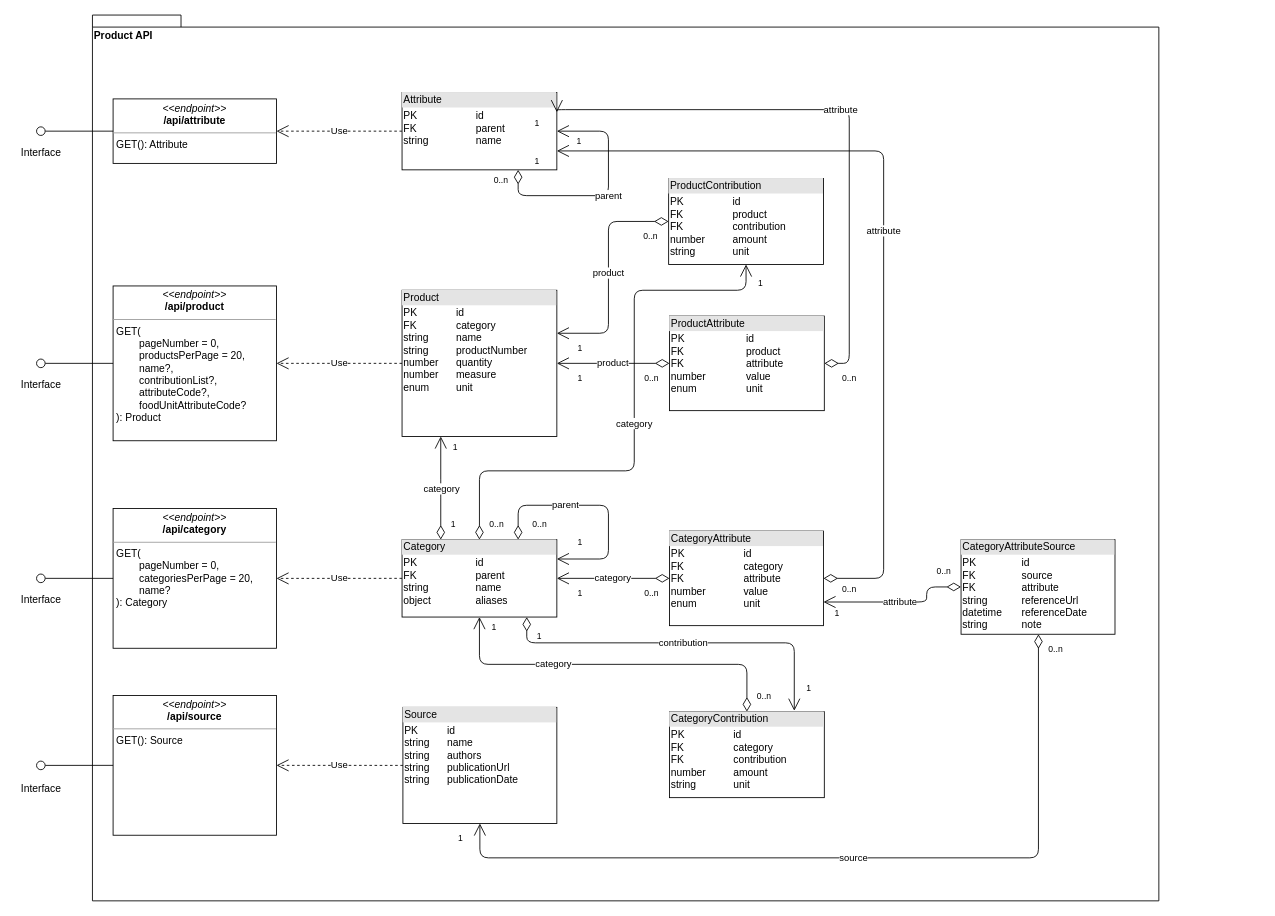
Earlier version of the draw.io diagram doc/bk_product_api_data_model.drawio (torava/pim-api). Source tidied: cells renumbered, new cells numbered last; positions are measured from the earlier drawing's top-left corner, leaving out a move shared by most shapes. Both pictures are drawn from the tidied source at 86%, with x=0, y=0 at pixel (15, 15).
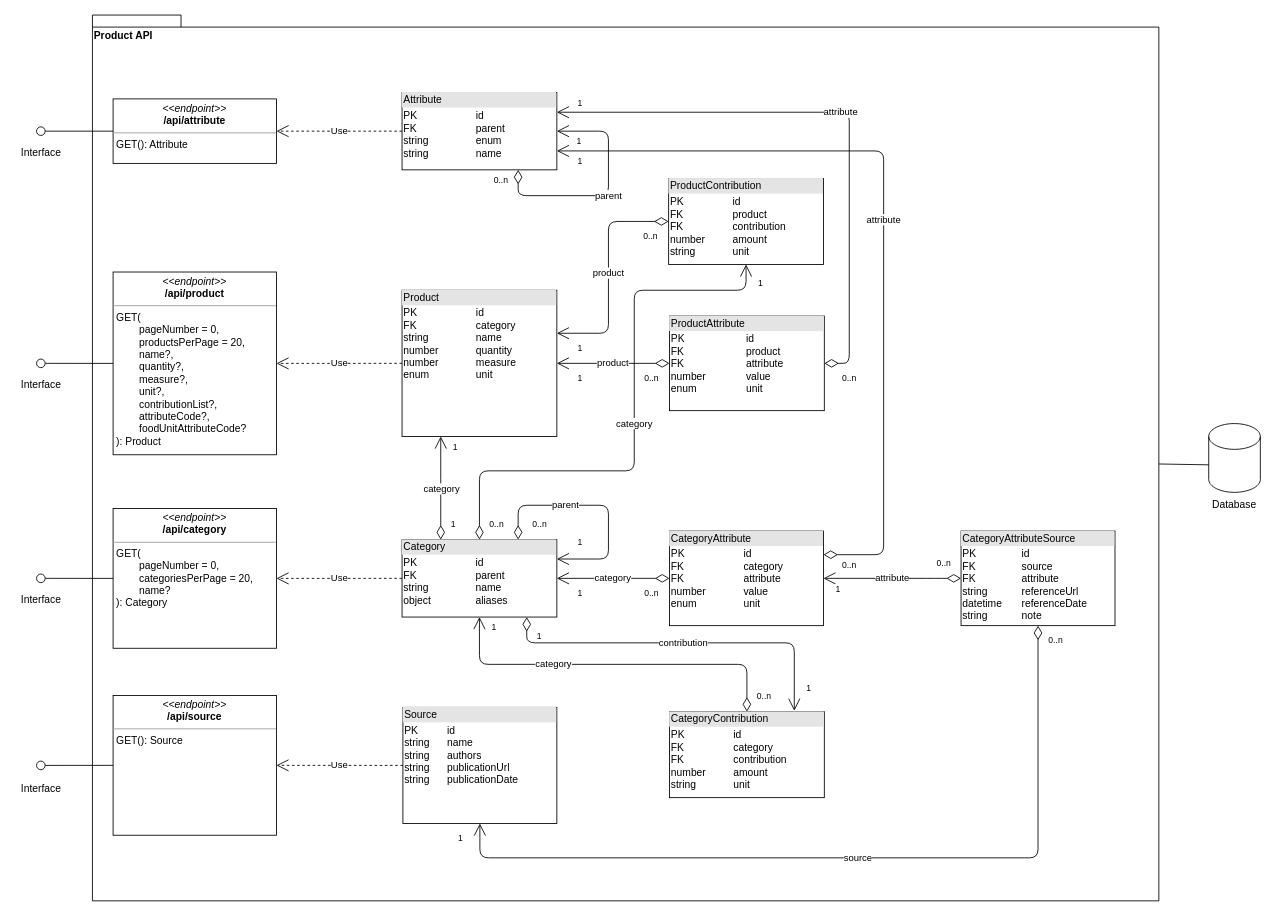
Above is the later version.

The change refers to these unchanged cells:
```xml
<mxCell id="2" value="Product API" style="shape=folder;fontStyle=1;spacingTop=10;tabWidth=40;tabHeight=14;tabPosition=left;html=1;align=left;verticalAlign=top;" parent="1" vertex="1">
  <mxGeometry x="90" width="1240" height="1030" as="geometry" />
</mxCell>
<mxCell id="4" value="&lt;div style=&quot;box-sizing: border-box ; width: 100% ; background: #e4e4e4 ; padding: 2px&quot;&gt;ProductAttribute&lt;/div&gt;&lt;table style=&quot;width: 100% ; font-size: 1em&quot; cellpadding=&quot;2&quot; cellspacing=&quot;0&quot;&gt;&lt;tbody&gt;&lt;tr&gt;&lt;td&gt;PK&lt;br&gt;FK&lt;br&gt;FK&lt;br&gt;number&lt;br&gt;enum&lt;/td&gt;&lt;td&gt;id&lt;br&gt;product&lt;br&gt;attribute&lt;br&gt;value&lt;br&gt;unit&lt;/td&gt;&lt;/tr&gt;&lt;/tbody&gt;&lt;/table&gt;" style="verticalAlign=top;align=left;overflow=fill;html=1;" parent="1" vertex="1">
  <mxGeometry x="761" y="350" width="180" height="110" as="geometry" />
</mxCell>
<mxCell id="19" value="&lt;div style=&quot;box-sizing: border-box ; width: 100% ; background: #e4e4e4 ; padding: 2px&quot;&gt;CategoryAttribute&lt;/div&gt;&lt;table style=&quot;width: 100% ; font-size: 1em&quot; cellpadding=&quot;2&quot; cellspacing=&quot;0&quot;&gt;&lt;tbody&gt;&lt;tr&gt;&lt;td&gt;PK&lt;br&gt;FK&lt;br&gt;FK&lt;br&gt;number&lt;br&gt;enum&lt;/td&gt;&lt;td&gt;id&lt;br&gt;category&lt;br&gt;attribute&lt;br&gt;value&lt;br&gt;unit&lt;/td&gt;&lt;/tr&gt;&lt;/tbody&gt;&lt;/table&gt;" style="verticalAlign=top;align=left;overflow=fill;html=1;" parent="1" vertex="1">
  <mxGeometry x="761" y="600" width="179" height="110" as="geometry" />
</mxCell>
<mxCell id="30" value="&lt;div style=&quot;box-sizing: border-box ; width: 100% ; background: #e4e4e4 ; padding: 2px&quot;&gt;Source&lt;/div&gt;&lt;table style=&quot;width: 100% ; font-size: 1em&quot; cellpadding=&quot;2&quot; cellspacing=&quot;0&quot;&gt;&lt;tbody&gt;&lt;tr&gt;&lt;td&gt;PK&lt;br&gt;string&lt;br&gt;string&lt;br&gt;string&lt;br&gt;string&lt;/td&gt;&lt;td&gt;id&lt;br&gt;name&lt;br&gt;authors&lt;br&gt;publicationUrl&lt;br&gt;publicationDate&lt;/td&gt;&lt;/tr&gt;&lt;/tbody&gt;&lt;/table&gt;" style="verticalAlign=top;align=left;overflow=fill;html=1;" parent="1" vertex="1">
  <mxGeometry x="451" y="805" width="179" height="135" as="geometry" />
</mxCell>
```

Diff of the diagram source:
```diff
@@
-    <mxCell id="3" value="&lt;div style=&quot;box-sizing: border-box ; width: 100% ; background: #e4e4e4 ; padding: 2px&quot;&gt;Product&lt;/div&gt;&lt;table style=&quot;width: 100% ; font-size: 1em&quot; cellpadding=&quot;2&quot; cellspacing=&quot;0&quot;&gt;&lt;tbody&gt;&lt;tr&gt;&lt;td&gt;PK&lt;br&gt;FK&lt;br&gt;string&lt;br&gt;string&lt;br&gt;number&lt;br&gt;number&lt;br&gt;enum&lt;/td&gt;&lt;td&gt;id&lt;br&gt;category&lt;br&gt;name&lt;br&gt;productNumber&lt;br&gt;quantity&lt;br&gt;measure&lt;br&gt;unit&lt;br&gt;&lt;/td&gt;&lt;/tr&gt;&lt;/tbody&gt;&lt;/table&gt;" style="verticalAlign=top;align=left;overflow=fill;html=1;" parent="1" vertex="1">
+    <mxCell id="3" value="&lt;div style=&quot;box-sizing: border-box ; width: 100% ; background: #e4e4e4 ; padding: 2px&quot;&gt;Product&lt;/div&gt;&lt;table style=&quot;width: 100% ; font-size: 1em&quot; cellpadding=&quot;2&quot; cellspacing=&quot;0&quot;&gt;&lt;tbody&gt;&lt;tr&gt;&lt;td&gt;PK&lt;br&gt;FK&lt;br&gt;string&lt;br&gt;number&lt;br&gt;number&lt;br&gt;enum&lt;/td&gt;&lt;td&gt;id&lt;br&gt;category&lt;br&gt;name&lt;br&gt;quantity&lt;br&gt;measure&lt;br&gt;unit&lt;br&gt;&lt;/td&gt;&lt;/tr&gt;&lt;/tbody&gt;&lt;/table&gt;" style="verticalAlign=top;align=left;overflow=fill;html=1;" parent="1" vertex="1">
       <mxGeometry x="450" y="320" width="180" height="170" as="geometry" />
     </mxCell>
@@
-    <mxCell id="8" value="&lt;div style=&quot;box-sizing: border-box ; width: 100% ; background: #e4e4e4 ; padding: 2px&quot;&gt;Attribute&lt;/div&gt;&lt;table style=&quot;width: 100% ; font-size: 1em&quot; cellpadding=&quot;2&quot; cellspacing=&quot;0&quot;&gt;&lt;tbody&gt;&lt;tr&gt;&lt;td&gt;PK&lt;br&gt;FK&lt;br&gt;string&lt;/td&gt;&lt;td&gt;id&lt;br&gt;parent&lt;br&gt;name&lt;/td&gt;&lt;/tr&gt;&lt;/tbody&gt;&lt;/table&gt;" style="verticalAlign=top;align=left;overflow=fill;html=1;" parent="1" vertex="1">
+    <mxCell id="8" value="&lt;div style=&quot;box-sizing: border-box ; width: 100% ; background: #e4e4e4 ; padding: 2px&quot;&gt;Attribute&lt;/div&gt;&lt;table style=&quot;width: 100% ; font-size: 1em&quot; cellpadding=&quot;2&quot; cellspacing=&quot;0&quot;&gt;&lt;tbody&gt;&lt;tr&gt;&lt;td&gt;PK&lt;br&gt;FK&lt;br&gt;string&lt;br&gt;string&lt;/td&gt;&lt;td&gt;id&lt;br&gt;parent&lt;br&gt;enum&lt;br&gt;name&lt;br&gt;&lt;/td&gt;&lt;/tr&gt;&lt;/tbody&gt;&lt;/table&gt;" style="verticalAlign=top;align=left;overflow=fill;html=1;" parent="1" vertex="1">
       <mxGeometry x="450" y="90" width="180" height="90" as="geometry" />
     </mxCell>
     <mxCell id="9" value="attribute" style="endArrow=open;html=1;endSize=12;startArrow=diamondThin;startSize=14;startFill=0;edgeStyle=orthogonalEdgeStyle;exitX=1;exitY=0.5;exitDx=0;exitDy=0;" parent="1" edge="1" source="4">
       <mxGeometry relative="1" as="geometry">
         <mxPoint x="630" y="113" as="targetPoint" />
         <Array as="points">
           <mxPoint x="970" y="405" />
-          <mxPoint x="970" y="110" />
-          <mxPoint x="630" y="110" />
+          <mxPoint x="970" y="113" />
         </Array>
       </mxGeometry>
     </mxCell>
@@
     <mxCell id="11" value="1" style="html=1;align=right;verticalAlign=top;labelBackgroundColor=#ffffff;fontSize=10;" parent="9" vertex="1">
       <mxGeometry x="1" relative="1" as="geometry">
-        <mxPoint x="-20" as="offset" />
+        <mxPoint x="30" y="-23" as="offset" />
       </mxGeometry>
     </mxCell>
@@
-    <mxCell id="23" value="attribute" style="endArrow=open;html=1;endSize=12;startArrow=diamondThin;startSize=14;startFill=0;edgeStyle=orthogonalEdgeStyle;exitX=1;exitY=0.5;exitDx=0;exitDy=0;" parent="1" edge="1" source="19">
+    <mxCell id="23" value="attribute" style="endArrow=open;html=1;endSize=12;startArrow=diamondThin;startSize=14;startFill=0;edgeStyle=orthogonalEdgeStyle;exitX=1;exitY=0.25;exitDx=0;exitDy=0;" parent="1" edge="1" source="19">
       <mxGeometry relative="1" as="geometry">
         <mxPoint x="630" y="158" as="targetPoint" />
         <Array as="points">
-          <mxPoint x="1010" y="655" />
+          <mxPoint x="1010" y="628" />
           <mxPoint x="1010" y="158" />
         </Array>
       </mxGeometry>
     </mxCell>
@@
     <mxCell id="25" value="1" style="html=1;align=right;verticalAlign=top;labelBackgroundColor=#ffffff;fontSize=10;" parent="23" vertex="1">
       <mxGeometry x="1" relative="1" as="geometry">
-        <mxPoint x="-20.5" as="offset" />
+        <mxPoint x="30" as="offset" />
       </mxGeometry>
     </mxCell>
     <mxCell id="26" value="&lt;div style=&quot;box-sizing: border-box ; width: 100% ; background: #e4e4e4 ; padding: 2px&quot;&gt;CategoryAttributeSource&lt;/div&gt;&lt;table style=&quot;width: 100% ; font-size: 1em&quot; cellpadding=&quot;2&quot; cellspacing=&quot;0&quot;&gt;&lt;tbody&gt;&lt;tr&gt;&lt;td&gt;PK&lt;br&gt;FK&lt;br&gt;FK&lt;br&gt;string&lt;br&gt;datetime&lt;br&gt;string&lt;/td&gt;&lt;td&gt;id&lt;br&gt;source&lt;br&gt;attribute&lt;br&gt;referenceUrl&lt;br&gt;referenceDate&lt;br&gt;note&lt;br&gt;&lt;/td&gt;&lt;/tr&gt;&lt;/tbody&gt;&lt;/table&gt;" style="verticalAlign=top;align=left;overflow=fill;html=1;" parent="1" vertex="1">
-      <mxGeometry x="1100" y="610" width="179" height="110" as="geometry" />
+      <mxGeometry x="1100" y="600" width="179" height="110" as="geometry" />
     </mxCell>
-    <mxCell id="27" value="attribute" style="endArrow=open;html=1;endSize=12;startArrow=diamondThin;startSize=14;startFill=0;edgeStyle=orthogonalEdgeStyle;entryX=1;entryY=0.75;entryDx=0;entryDy=0;exitX=0;exitY=0.5;exitDx=0;exitDy=0;" parent="1" edge="1" source="26" target="19">
+    <mxCell id="27" value="attribute" style="endArrow=open;html=1;endSize=12;startArrow=diamondThin;startSize=14;startFill=0;edgeStyle=orthogonalEdgeStyle;entryX=1;entryY=0.5;entryDx=0;entryDy=0;exitX=0;exitY=0.5;exitDx=0;exitDy=0;" parent="1" edge="1" source="26" target="19">
       <mxGeometry relative="1" as="geometry">
         <Array as="points">
-          <mxPoint x="1060" y="665" />
-          <mxPoint x="1060" y="683" />
+          <mxPoint x="1070" y="655" />
+          <mxPoint x="1070" y="655" />
         </Array>
       </mxGeometry>
     </mxCell>
@@
-    <mxCell id="31" value="source" style="endArrow=open;html=1;endSize=12;startArrow=diamondThin;startSize=14;startFill=0;edgeStyle=orthogonalEdgeStyle;entryX=0.5;entryY=1;entryDx=0;entryDy=0;" parent="1" edge="1" target="30">
+    <mxCell id="31" value="source" style="endArrow=open;html=1;endSize=12;startArrow=diamondThin;startSize=14;startFill=0;edgeStyle=orthogonalEdgeStyle;entryX=0.5;entryY=1;entryDx=0;entryDy=0;exitX=0.5;exitY=1;exitDx=0;exitDy=0;" parent="1" edge="1" source="26" target="30">
       <mxGeometry relative="1" as="geometry">
-        <mxPoint x="1190" y="720" as="sourcePoint" />
         <Array as="points">
           <mxPoint x="1190" y="980" />
-          <mxPoint x="540" y="980" />
+          <mxPoint x="541" y="980" />
         </Array>
       </mxGeometry>
     </mxCell>
@@
-    <mxCell id="44" value="&lt;p style=&quot;margin: 0px ; margin-top: 4px ; text-align: center&quot;&gt;&lt;i&gt;&amp;lt;&amp;lt;endpoint&amp;gt;&amp;gt;&lt;/i&gt;&lt;br&gt;&lt;b&gt;/api/product&lt;/b&gt;&lt;/p&gt;&lt;hr size=&quot;1&quot;&gt;&lt;p style=&quot;margin: 0px ; margin-left: 4px&quot;&gt;GET(&lt;br&gt;&lt;/p&gt;&lt;p style=&quot;margin: 0px ; margin-left: 4px&quot;&gt;&lt;span style=&quot;white-space: pre&quot;&gt;&#9;&lt;/span&gt;pageNumber = 0,&lt;br&gt;&lt;/p&gt;&lt;p style=&quot;margin: 0px ; margin-left: 4px&quot;&gt;&lt;span style=&quot;white-space: pre&quot;&gt;&#9;&lt;/span&gt;productsPerPage = 20,&lt;br&gt;&lt;/p&gt;&lt;p style=&quot;margin: 0px ; margin-left: 4px&quot;&gt;&lt;span style=&quot;white-space: pre&quot;&gt;&#9;&lt;/span&gt;name?,&lt;br&gt;&lt;/p&gt;&lt;p style=&quot;margin: 0px ; margin-left: 4px&quot;&gt;&lt;span style=&quot;white-space: pre&quot;&gt;&#9;&lt;/span&gt;contributionList?,&lt;br&gt;&lt;/p&gt;&lt;p style=&quot;margin: 0px ; margin-left: 4px&quot;&gt;&lt;span style=&quot;white-space: pre&quot;&gt;&#9;&lt;/span&gt;attributeCode?,&lt;br&gt;&lt;/p&gt;&lt;p style=&quot;margin: 0px ; margin-left: 4px&quot;&gt;&lt;span style=&quot;white-space: pre&quot;&gt;&#9;&lt;/span&gt;foodUnitAttributeCode?&lt;br&gt;&lt;/p&gt;&lt;p style=&quot;margin: 0px ; margin-left: 4px&quot;&gt;): Product&lt;/p&gt;" style="verticalAlign=top;align=left;overflow=fill;fontSize=12;fontFamily=Helvetica;html=1;" parent="1" vertex="1">
-      <mxGeometry x="114" y="315" width="190" height="180" as="geometry" />
+    <mxCell id="44" value="&lt;p style=&quot;margin: 0px ; margin-top: 4px ; text-align: center&quot;&gt;&lt;i&gt;&amp;lt;&amp;lt;endpoint&amp;gt;&amp;gt;&lt;/i&gt;&lt;br&gt;&lt;b&gt;/api/product&lt;/b&gt;&lt;/p&gt;&lt;hr size=&quot;1&quot;&gt;&lt;p style=&quot;margin: 0px ; margin-left: 4px&quot;&gt;GET(&lt;br&gt;&lt;/p&gt;&lt;p style=&quot;margin: 0px ; margin-left: 4px&quot;&gt;&lt;span style=&quot;white-space: pre&quot;&gt;&#9;&lt;/span&gt;pageNumber = 0,&lt;br&gt;&lt;/p&gt;&lt;p style=&quot;margin: 0px ; margin-left: 4px&quot;&gt;&lt;span style=&quot;white-space: pre&quot;&gt;&#9;&lt;/span&gt;productsPerPage = 20,&lt;br&gt;&lt;/p&gt;&lt;p style=&quot;margin: 0px ; margin-left: 4px&quot;&gt;&lt;span style=&quot;white-space: pre&quot;&gt;&#9;&lt;/span&gt;name?,&lt;br&gt;&lt;/p&gt;&lt;p style=&quot;margin: 0px ; margin-left: 4px&quot;&gt;&lt;span style=&quot;white-space: pre&quot;&gt;&#9;&lt;/span&gt;quantity?,&lt;br&gt;&lt;/p&gt;&lt;p style=&quot;margin: 0px ; margin-left: 4px&quot;&gt;&lt;span style=&quot;white-space: pre&quot;&gt;&#9;&lt;/span&gt;measure?,&lt;br&gt;&lt;/p&gt;&lt;p style=&quot;margin: 0px ; margin-left: 4px&quot;&gt;&lt;span style=&quot;white-space: pre&quot;&gt;&#9;&lt;/span&gt;unit?,&lt;br&gt;&lt;/p&gt;&lt;p style=&quot;margin: 0px ; margin-left: 4px&quot;&gt;&lt;span style=&quot;white-space: pre&quot;&gt;&#9;&lt;/span&gt;contributionList?,&lt;br&gt;&lt;/p&gt;&lt;p style=&quot;margin: 0px ; margin-left: 4px&quot;&gt;&lt;span style=&quot;white-space: pre&quot;&gt;&#9;&lt;/span&gt;attributeCode?,&lt;br&gt;&lt;/p&gt;&lt;p style=&quot;margin: 0px ; margin-left: 4px&quot;&gt;&lt;span style=&quot;white-space: pre&quot;&gt;&#9;&lt;/span&gt;foodUnitAttributeCode?&lt;br&gt;&lt;/p&gt;&lt;p style=&quot;margin: 0px ; margin-left: 4px&quot;&gt;): Product&lt;/p&gt;" style="verticalAlign=top;align=left;overflow=fill;fontSize=12;fontFamily=Helvetica;html=1;" parent="1" vertex="1">
+      <mxGeometry x="114" y="298.8" width="190" height="212.5" as="geometry" />
     </mxCell>
@@
+    <mxCell id="71" style="shape=cylinder3;whiteSpace=wrap;html=1;boundedLbl=1;backgroundOutline=1;size=15;" parent="1" vertex="1">
+      <mxGeometry x="1388" y="475" width="60" height="80" as="geometry" />
+    </mxCell>
+    <mxCell id="72" style="endArrow=none;html=1;exitX=0;exitY=0;exitDx=1240;exitDy=522;exitPerimeter=0;" parent="1" edge="1" source="2">
+      <mxGeometry relative="1" as="geometry">
+        <mxPoint x="1388" y="523" as="targetPoint" />
+      </mxGeometry>
+    </mxCell>
+    <mxCell id="73" value="Database" style="text;html=1;strokeColor=none;fillColor=none;align=center;verticalAlign=middle;whiteSpace=wrap;rounded=0;" parent="1" vertex="1">
+      <mxGeometry x="1398" y="560" width="40" height="20" as="geometry" />
+    </mxCell>
```
